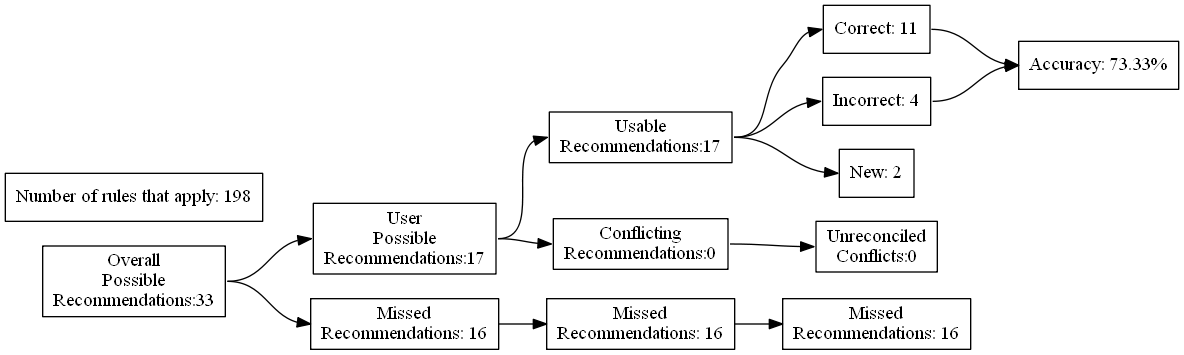
Earlier version of the Graphviz export test_renders/15.gv.png (ZaxR/ibd_diet_analysis). Its source is kept beside it as test_renders/15.gv.
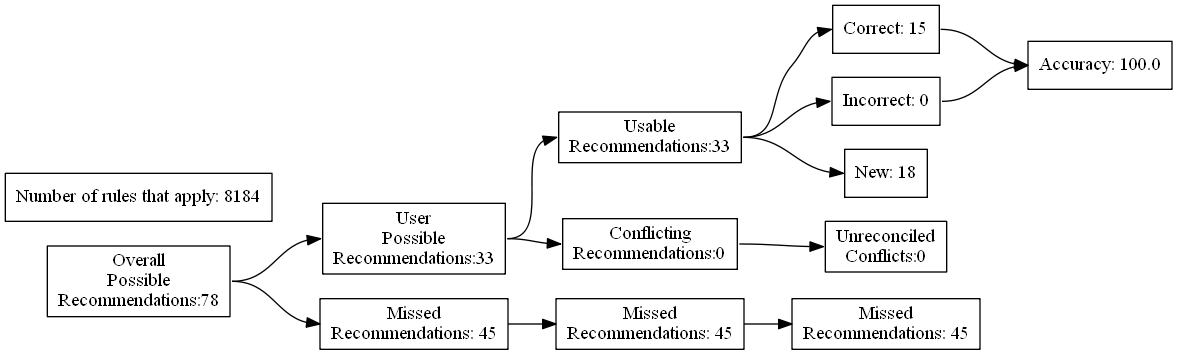
The same file after the commit.

The edit, as a diff of the source:
```diff
@@ -4,27 +4,27 @@
 	edge [headport=w tailport=e]
 		A [label="Overall
 Possible
-Recommendations:33"]
+Recommendations:78"]
 		B [label="User
 Possible
-Recommendations:17"]
+Recommendations:33"]
 		C [label="Missed
-Recommendations: 16"]
+Recommendations: 45"]
 		D [label="Usable
-Recommendations:17"]
+Recommendations:33"]
 		E [label="Conflicting
 Recommendations:0"]
 		J [label="Missed
-Recommendations: 16"]
+Recommendations: 45"]
 		M [label="Unreconciled
 Conflicts:0"]
-		F [label="Correct: 11"]
-		G [label="Incorrect: 4"]
-		H [label="New: 2"]
+		F [label="Correct: 15"]
+		G [label="Incorrect: 0"]
+		H [label="New: 18"]
 		K [label="Missed
-Recommendations: 16"]
-		I [label="Accuracy: 73.33%"]
-		l [label="Number of rules that apply: 198"]
+Recommendations: 45"]
+		I [label="Accuracy: 100.0"]
+		l [label="Number of rules that apply: 8184"]
 			A -> B
 			A -> C
 			B -> D
```
